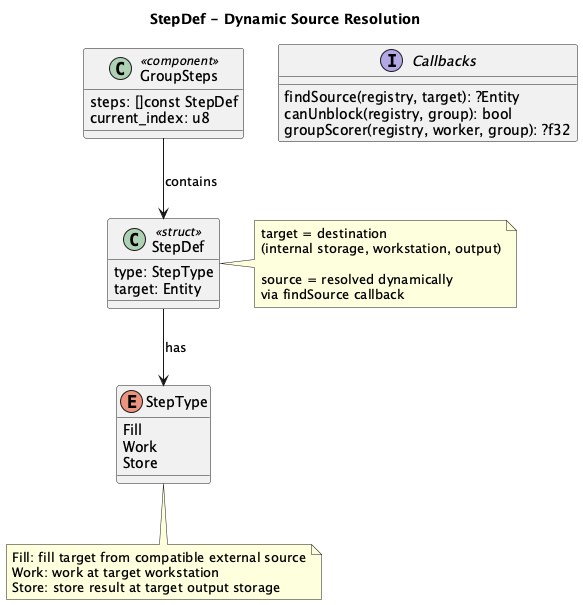
Before: uml/step_def.png, a diagram exported from PlantUML (labelle-toolkit/labelle-tasks).
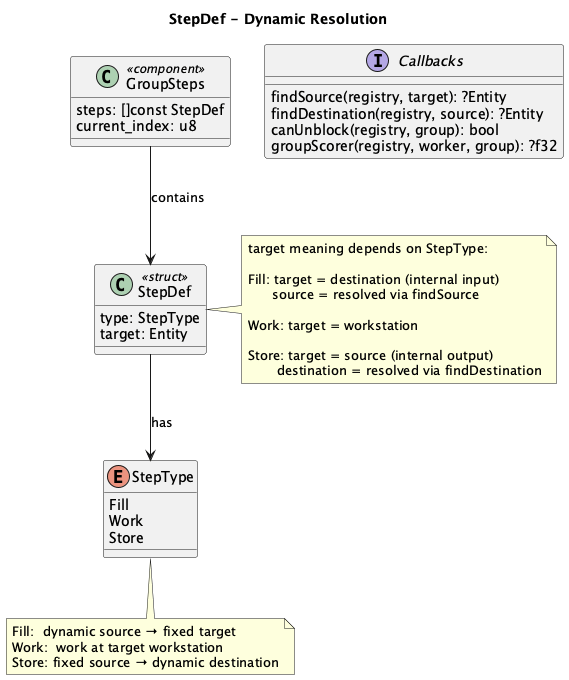
Above is the later version.

Commit message:
Add internal output storage and Store step flow

Diff of the diagram source:
```diff
@@ -1,5 +1,5 @@
 @startuml step_def
-title StepDef - Dynamic Source Resolution
+title StepDef - Dynamic Resolution
 
 class StepDef <<struct>> {
   type: StepType
@@ -19,6 +19,7 @@
 
 interface "Callbacks" as callbacks {
   findSource(registry, target): ?Entity
+  findDestination(registry, source): ?Entity
   canUnblock(registry, group): bool
   groupScorer(registry, worker, group): ?f32
 }
@@ -27,17 +28,21 @@
 StepDef --> StepType : has
 
 note right of StepDef
-  target = destination
-  (internal storage, workstation, output)
+  target meaning depends on StepType:
 
-  source = resolved dynamically
-  via findSource callback
+  Fill: target = destination (internal input)
+        source = resolved via findSource
+
+  Work: target = workstation
+
+  Store: target = source (internal output)
+         destination = resolved via findDestination
 end note
 
 note bottom of StepType
-  Fill: fill target from compatible external source
-  Work: work at target workstation
-  Store: store result at target output storage
+  Fill:  dynamic source → fixed target
+  Work:  work at target workstation
+  Store: fixed source → dynamic destination
 end note
 
 @enduml
```
